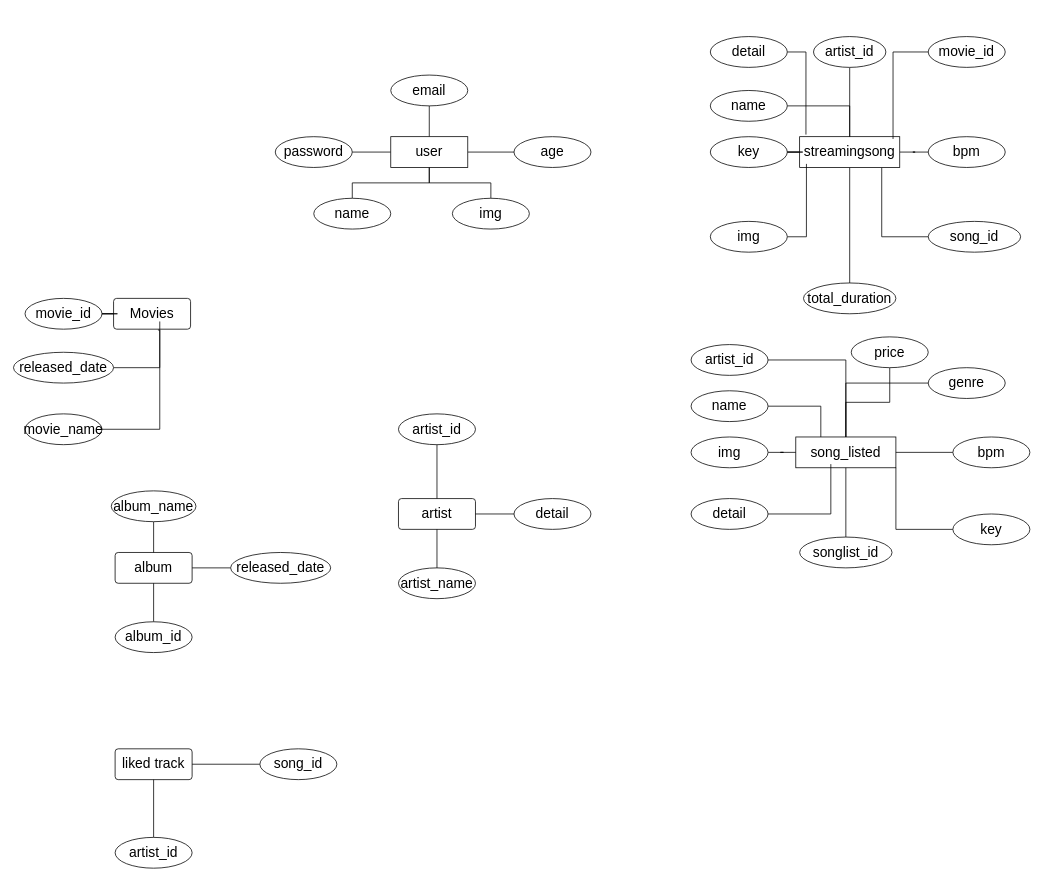
The draw.io diagram assets/ER diagram.drawio in fssa-batch3/thamim.subansait__web_project, before the edit. Source tidied: cells renumbered, new cells numbered last; positions are measured from the earlier drawing's top-left corner, leaving out a move shared by most shapes. Both pictures are drawn from the tidied source at 77%, with x=0, y=0 at pixel (13, 36).
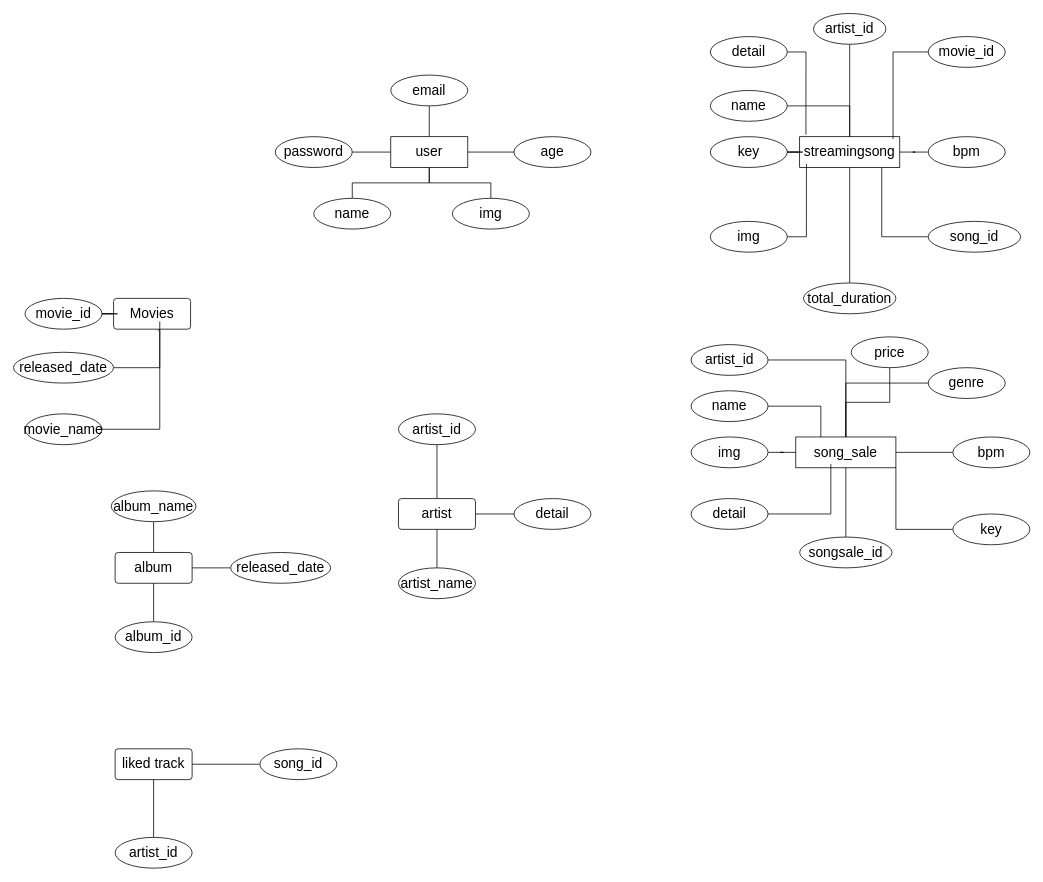
The same diagram, later.

What changed in the source:
```diff
@@
     <mxCell id="19" value="artist_id" style="ellipse;whiteSpace=wrap;html=1;align=center;fontSize=18;" parent="1" vertex="1">
-      <mxGeometry x="1039" width="94" height="40" as="geometry" />
+      <mxGeometry x="1039" y="-30" width="94" height="40" as="geometry" />
     </mxCell>
@@
-    <mxCell id="44" value="song_listed" style="whiteSpace=wrap;html=1;align=center;fontSize=18;" parent="1" vertex="1">
+    <mxCell id="44" value="song_sale" style="whiteSpace=wrap;html=1;align=center;fontSize=18;" parent="1" vertex="1">
       <mxGeometry x="1016" y="520" width="130" height="40" as="geometry" />
     </mxCell>
@@
-    <mxCell id="50" value="songlist_id" style="ellipse;whiteSpace=wrap;html=1;align=center;fontSize=18;" parent="1" vertex="1">
+    <mxCell id="50" value="songsale_id" style="ellipse;whiteSpace=wrap;html=1;align=center;fontSize=18;" parent="1" vertex="1">
       <mxGeometry x="1021" y="650" width="120" height="40" as="geometry" />
     </mxCell>
```
